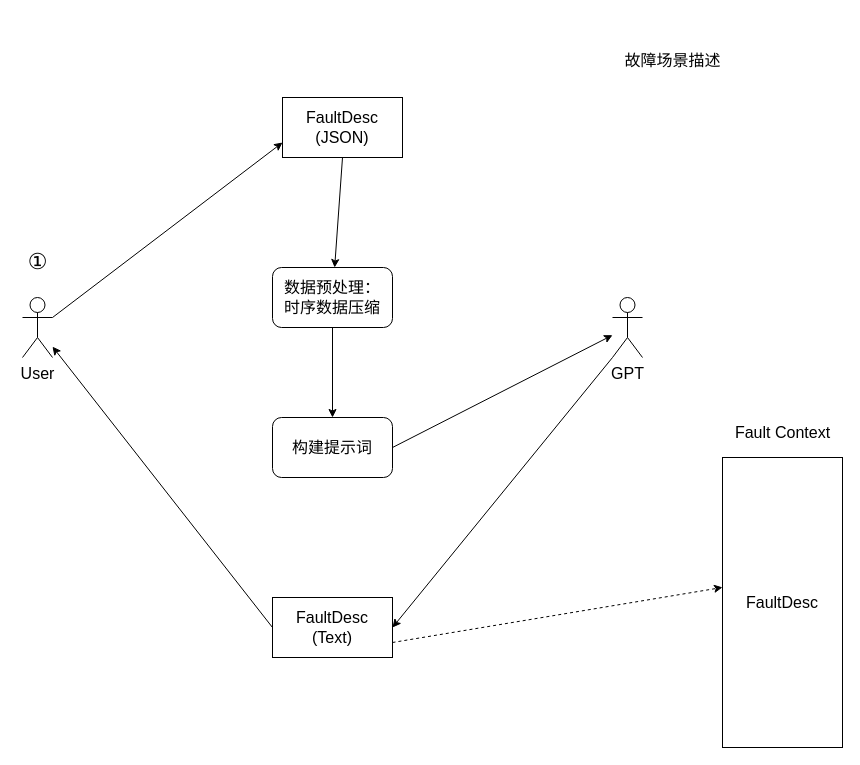
The draw.io diagram page "D1" (4 of 7) of docs/chatops.drawio in StLeoX/chatops, before the edit. Source tidied: cells renumbered, new cells numbered last; positions are measured from the earlier drawing's top-left corner, leaving out a move shared by most shapes. Both pictures are drawn from the tidied source at 100%, with x=0, y=0 at pixel (17, 45).
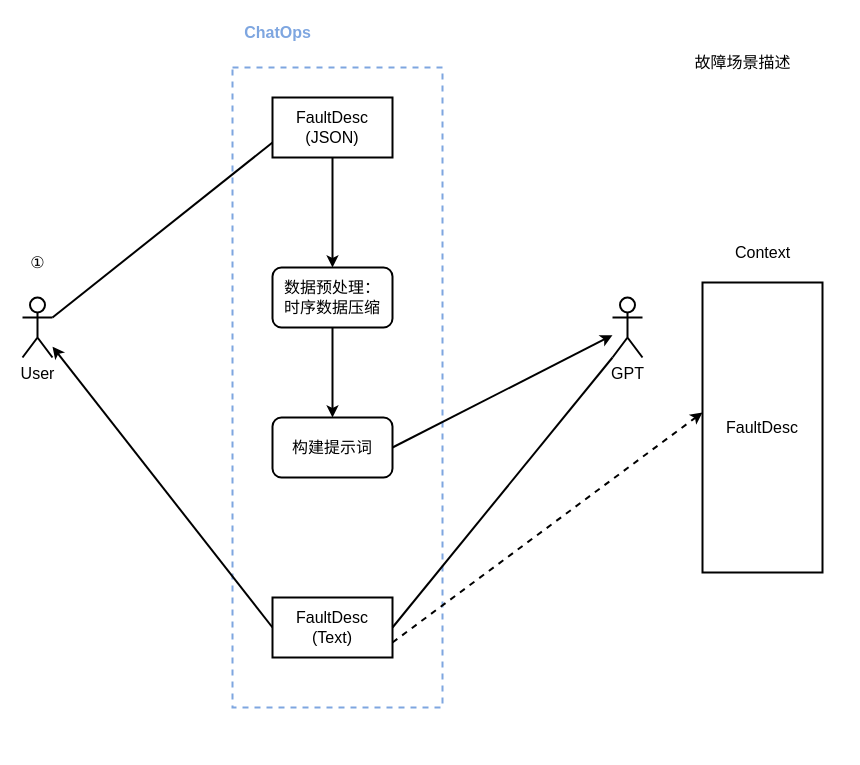
After the change.

What changed in the source:
```diff
@@
+    <mxCell id="19" style="rounded=0;whiteSpace=wrap;html=1;fillColor=none;dashed=1;strokeColor=#7EA6E0;strokeWidth=2;fontSize=16;" parent="1" vertex="1">
+      <mxGeometry x="215" y="22" width="210" height="640" as="geometry" />
+    </mxCell>
-    <mxCell id="2" style="rounded=0;jettySize=auto;html=1;exitX=0;exitY=0.5;exitDx=0;exitDy=0;fontSize=16;" parent="1" edge="1" source="4" target="6">
+    <mxCell id="2" style="rounded=0;jettySize=auto;html=1;exitX=0;exitY=0.5;exitDx=0;exitDy=0;fontSize=16;strokeWidth=2;" parent="1" edge="1" source="4" target="6">
       <mxGeometry relative="1" as="geometry" />
     </mxCell>
-    <mxCell id="3" style="rounded=0;jettySize=auto;html=1;exitX=1;exitY=0.75;exitDx=0;exitDy=0;entryX=0;entryY=0.448;entryDx=0;entryDy=0;dashed=1;entryPerimeter=0;fontSize=16;" parent="1" edge="1" source="4" target="14">
+    <mxCell id="3" style="rounded=0;jettySize=auto;html=1;exitX=1;exitY=0.75;exitDx=0;exitDy=0;entryX=0;entryY=0.448;entryDx=0;entryDy=0;dashed=1;entryPerimeter=0;fontSize=16;strokeWidth=2;" parent="1" edge="1" source="4" target="14">
       <mxGeometry relative="1" as="geometry" />
     </mxCell>
-    <mxCell id="4" value="FaultDesc&lt;br style=&quot;font-size: 16px;&quot;&gt;(Text)" style="rounded=0;whiteSpace=wrap;html=1;fontSize=16;" parent="1" vertex="1">
+    <mxCell id="4" value="FaultDesc&lt;br style=&quot;font-size: 16px;&quot;&gt;(Text)" style="rounded=0;whiteSpace=wrap;html=1;fontSize=16;strokeWidth=2;" parent="1" vertex="1">
       <mxGeometry x="255" y="552" width="120" height="60" as="geometry" />
     </mxCell>
-    <mxCell id="5" style="rounded=0;jettySize=auto;html=1;exitX=1;exitY=0.3333333333333333;exitDx=0;exitDy=0;exitPerimeter=0;entryX=0;entryY=0.75;entryDx=0;entryDy=0;fontSize=16;" parent="1" edge="1" source="6" target="10">
+    <mxCell id="5" style="rounded=0;jettySize=auto;html=1;exitX=1;exitY=0.3333333333333333;exitDx=0;exitDy=0;exitPerimeter=0;entryX=0;entryY=0.75;entryDx=0;entryDy=0;fontSize=16;endArrow=none;endFill=0;strokeWidth=2;" parent="1" edge="1" source="6" target="10">
       <mxGeometry relative="1" as="geometry" />
     </mxCell>
-    <mxCell id="6" value="User" style="shape=umlActor;verticalLabelPosition=bottom;verticalAlign=top;html=1;outlineConnect=0;fontSize=16;" parent="1" vertex="1">
+    <mxCell id="6" value="User" style="shape=umlActor;verticalLabelPosition=bottom;verticalAlign=top;html=1;outlineConnect=0;fontSize=16;strokeWidth=2;" parent="1" vertex="1">
       <mxGeometry x="5" y="252" width="30" height="60" as="geometry" />
     </mxCell>
-    <mxCell id="7" style="rounded=0;jettySize=auto;html=1;exitX=0;exitY=1;exitDx=0;exitDy=0;exitPerimeter=0;entryX=1;entryY=0.5;entryDx=0;entryDy=0;fontSize=16;" parent="1" edge="1" source="8" target="4">
+    <mxCell id="7" style="rounded=0;jettySize=auto;html=1;exitX=0;exitY=1;exitDx=0;exitDy=0;exitPerimeter=0;entryX=1;entryY=0.5;entryDx=0;entryDy=0;fontSize=16;endArrow=none;endFill=0;strokeWidth=2;" parent="1" edge="1" source="8" target="4">
       <mxGeometry relative="1" as="geometry" />
     </mxCell>
-    <mxCell id="8" value="GPT" style="shape=umlActor;verticalLabelPosition=bottom;verticalAlign=top;html=1;outlineConnect=0;fontSize=16;" parent="1" vertex="1">
+    <mxCell id="8" value="GPT" style="shape=umlActor;verticalLabelPosition=bottom;verticalAlign=top;html=1;outlineConnect=0;fontSize=16;strokeWidth=2;" parent="1" vertex="1">
       <mxGeometry x="595" y="252" width="30" height="60" as="geometry" />
     </mxCell>
-    <mxCell id="9" style="rounded=0;jettySize=auto;html=1;exitX=0.5;exitY=1;exitDx=0;exitDy=0;fontFamily=Helvetica;fontSize=16;fontColor=default;" parent="1" edge="1" source="10" target="16">
+    <mxCell id="9" style="rounded=0;jettySize=auto;html=1;exitX=0.5;exitY=1;exitDx=0;exitDy=0;fontFamily=Helvetica;fontSize=16;fontColor=default;strokeWidth=2;" parent="1" edge="1" source="10" target="16">
       <mxGeometry relative="1" as="geometry" />
     </mxCell>
-    <mxCell id="10" value="FaultDesc (JSON)" style="rounded=0;whiteSpace=wrap;html=1;fontSize=16;" parent="1" vertex="1">
-      <mxGeometry x="265" y="52" width="120" height="60" as="geometry" />
+    <mxCell id="10" value="FaultDesc (JSON)" style="rounded=0;whiteSpace=wrap;html=1;fontSize=16;strokeWidth=2;" parent="1" vertex="1">
+      <mxGeometry x="255" y="52" width="120" height="60" as="geometry" />
     </mxCell>
-    <mxCell id="11" style="rounded=0;jettySize=auto;html=1;fontSize=16;" parent="1" edge="1" target="8">
+    <mxCell id="11" style="rounded=0;jettySize=auto;html=1;fontSize=16;strokeWidth=2;" parent="1" edge="1" target="8">
       <mxGeometry relative="1" as="geometry">
         <mxPoint x="375" y="402" as="sourcePoint" />
       </mxGeometry>
     </mxCell>
-    <mxCell id="12" value="&lt;font style=&quot;font-size: 22px;&quot;&gt;①&lt;/font&gt;" style="text;html=1;align=center;verticalAlign=middle;strokeColor=none;fillColor=none;fontSize=22;fontColor=#000000;" parent="1" vertex="1">
-      <mxGeometry y="197" width="40" height="40" as="geometry" />
+    <mxCell id="12" value="&lt;font style=&quot;font-size: 16px;&quot;&gt;①&lt;/font&gt;" style="text;html=1;align=center;verticalAlign=middle;strokeColor=none;fillColor=none;fontSize=16;fontColor=#000000;strokeWidth=2;" parent="1" vertex="1">
+      <mxGeometry y="202" width="40" height="30" as="geometry" />
     </mxCell>
-    <mxCell id="13" value="&lt;font style=&quot;font-size: 16px;&quot;&gt;Fault Context&lt;/font&gt;" style="text;html=1;align=center;verticalAlign=middle;strokeColor=none;fillColor=none;fontSize=16;fontColor=#000000;" parent="1" vertex="1">
-      <mxGeometry x="705" y="372" width="120" height="30" as="geometry" />
+    <mxCell id="13" value="&lt;font style=&quot;font-size: 16px;&quot;&gt;Context&lt;/font&gt;" style="text;html=1;align=center;verticalAlign=middle;strokeColor=none;fillColor=none;fontSize=16;fontColor=#000000;strokeWidth=2;" parent="1" vertex="1">
+      <mxGeometry x="705" y="192" width="80" height="30" as="geometry" />
     </mxCell>
-    <mxCell id="14" value="FaultDesc" style="rounded=0;whiteSpace=wrap;html=1;fontSize=16;" parent="1" vertex="1">
-      <mxGeometry x="705" y="412" width="120" height="290" as="geometry" />
+    <mxCell id="14" value="FaultDesc" style="rounded=0;whiteSpace=wrap;html=1;fontSize=16;strokeWidth=2;" parent="1" vertex="1">
+      <mxGeometry x="685" y="237" width="120" height="290" as="geometry" />
     </mxCell>
-    <mxCell id="15" style="edgeStyle=orthogonalEdgeStyle;rounded=0;jettySize=auto;html=1;exitX=0.5;exitY=1;exitDx=0;exitDy=0;entryX=0.5;entryY=0;entryDx=0;entryDy=0;fontFamily=Helvetica;fontSize=16;fontColor=default;" parent="1" edge="1" source="16" target="17">
+    <mxCell id="15" style="edgeStyle=orthogonalEdgeStyle;rounded=0;jettySize=auto;html=1;exitX=0.5;exitY=1;exitDx=0;exitDy=0;entryX=0.5;entryY=0;entryDx=0;entryDy=0;fontFamily=Helvetica;fontSize=16;fontColor=default;strokeWidth=2;" parent="1" edge="1" source="16" target="17">
       <mxGeometry relative="1" as="geometry" />
     </mxCell>
-    <mxCell id="16" value="数据预处理：&lt;br&gt;时序数据压缩" style="rounded=1;whiteSpace=wrap;html=1;strokeColor=default;align=center;verticalAlign=middle;fontFamily=Helvetica;fontSize=16;fontColor=default;fillColor=default;" parent="1" vertex="1">
+    <mxCell id="16" value="数据预处理：&lt;br style=&quot;font-size: 16px;&quot;&gt;时序数据压缩" style="rounded=1;whiteSpace=wrap;html=1;strokeColor=default;align=center;verticalAlign=middle;fontFamily=Helvetica;fontSize=16;fontColor=default;fillColor=default;strokeWidth=2;" parent="1" vertex="1">
       <mxGeometry x="255" y="222" width="120" height="60" as="geometry" />
     </mxCell>
-    <mxCell id="17" value="构建提示词" style="rounded=1;whiteSpace=wrap;html=1;strokeColor=default;align=center;verticalAlign=middle;fontFamily=Helvetica;fontSize=16;fontColor=default;fillColor=default;" parent="1" vertex="1">
+    <mxCell id="17" value="构建提示词" style="rounded=1;whiteSpace=wrap;html=1;strokeColor=default;align=center;verticalAlign=middle;fontFamily=Helvetica;fontSize=16;fontColor=default;fillColor=default;strokeWidth=2;" parent="1" vertex="1">
       <mxGeometry x="255" y="372" width="120" height="60" as="geometry" />
     </mxCell>
-    <mxCell id="18" value="故障场景描述" style="text;html=1;align=center;verticalAlign=middle;strokeColor=none;fillColor=none;fontSize=16;fontFamily=Helvetica;fontColor=default;" parent="1" vertex="1">
-      <mxGeometry x="595" width="120" height="30" as="geometry" />
+    <mxCell id="18" value="故障场景描述" style="text;html=1;align=center;verticalAlign=middle;strokeColor=none;fillColor=none;fontSize=16;fontFamily=Helvetica;fontColor=default;strokeWidth=2;" parent="1" vertex="1">
+      <mxGeometry x="665" y="2" width="120" height="30" as="geometry" />
     </mxCell>
+    <mxCell id="20" value="&lt;font color=&quot;#7ea6e0&quot; style=&quot;font-size: 16px;&quot;&gt;&lt;b style=&quot;font-size: 16px;&quot;&gt;ChatOps&lt;/b&gt;&lt;/font&gt;" style="text;html=1;align=center;verticalAlign=middle;strokeColor=none;fillColor=none;fontSize=16;" parent="1" vertex="1">
+      <mxGeometry x="215" y="-28" width="90" height="30" as="geometry" />
+    </mxCell>
```
